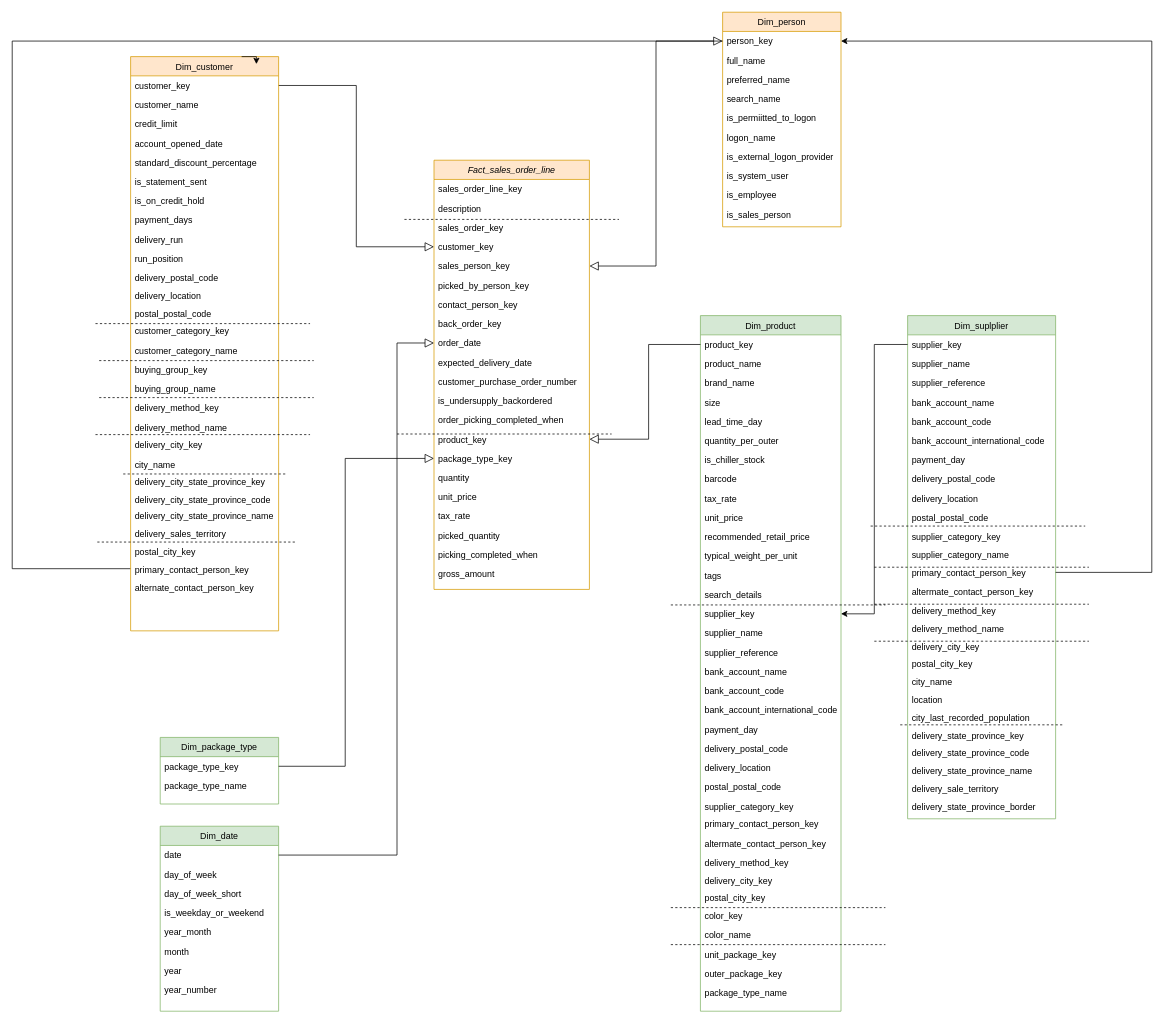
This is Untitled Diagram.drawio from DucTran3110/data_warehouse_course, a draw.io file, before an edit. Source tidied: cells renumbered, new cells numbered last; positions are measured from the earlier drawing's top-left corner, leaving out a move shared by most shapes. Both pictures are drawn from the tidied source at 74%, with x=0, y=0 at pixel (12, 12).
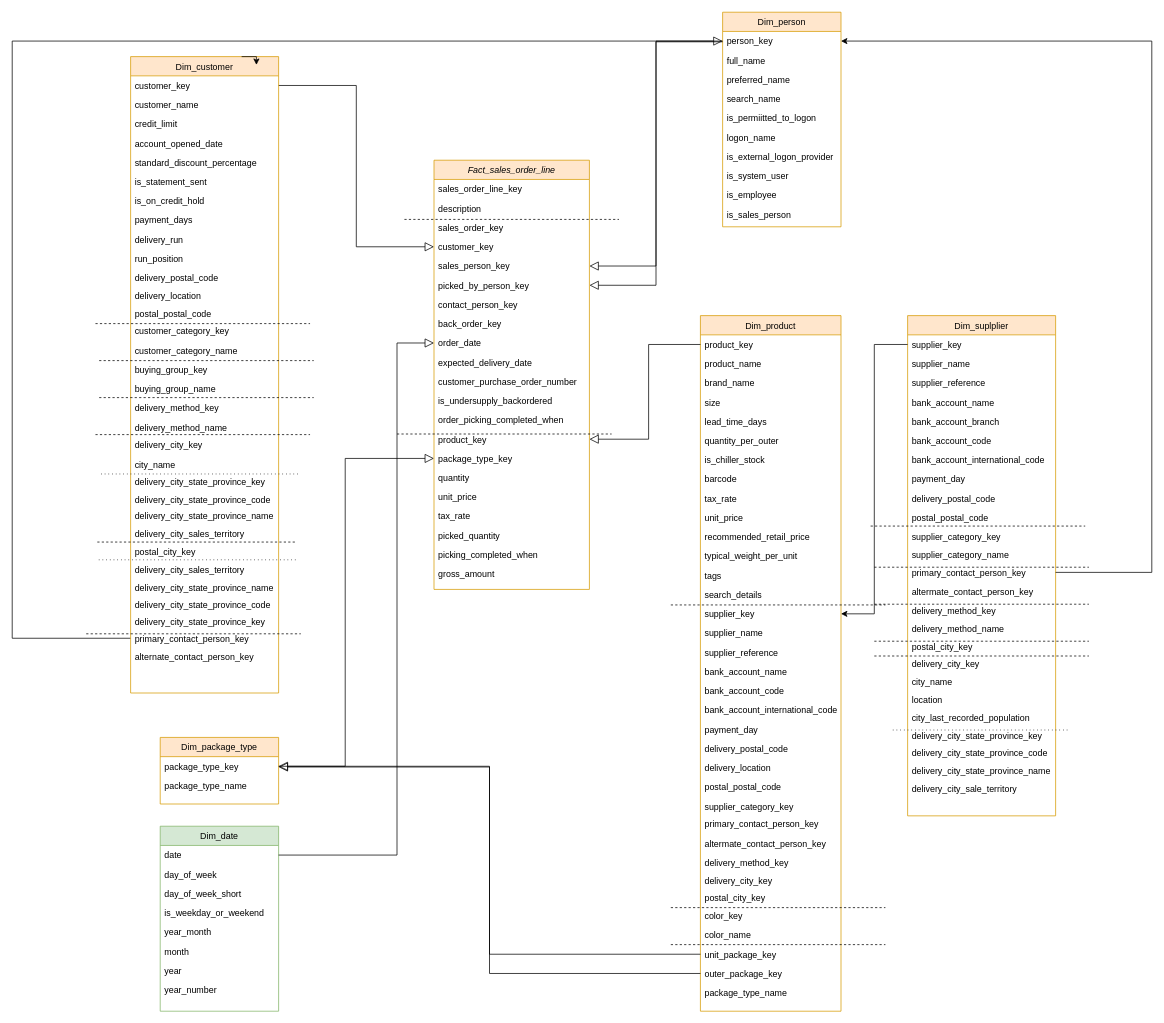
The same page after the edit.

The change refers to these unchanged cells:
```xml
<mxCell id="7" value="sales_person_key" style="text;align=left;verticalAlign=top;spacingLeft=4;spacingRight=4;overflow=hidden;points=[[0,0.5],[1,0.5]];portConstraint=eastwest;rounded=0;shadow=0;html=0;" parent="2" vertex="1">
  <mxGeometry y="130" width="210" height="26" as="geometry" />
</mxCell>
<mxCell id="8" value="picked_by_person_key" style="text;align=left;verticalAlign=top;spacingLeft=4;spacingRight=4;overflow=hidden;points=[[0,0.5],[1,0.5]];portConstraint=eastwest;rounded=0;shadow=0;html=0;" parent="2" vertex="1">
  <mxGeometry y="156" width="210" height="26" as="geometry" />
</mxCell>
<mxCell id="26" value="person_key" style="text;align=left;verticalAlign=top;spacingLeft=4;spacingRight=4;overflow=hidden;points=[[0,0.5],[1,0.5]];portConstraint=eastwest;" parent="25" vertex="1">
  <mxGeometry y="26" width="160" height="26" as="geometry" />
</mxCell>
<mxCell id="70" value="unit_package_key" style="text;align=left;verticalAlign=top;spacingLeft=4;spacingRight=4;overflow=hidden;points=[[0,0.5],[1,0.5]];portConstraint=eastwest;" parent="37" vertex="1">
  <mxGeometry y="850" width="190" height="26" as="geometry" />
</mxCell>
<mxCell id="71" value="outer_package_key" style="text;align=left;verticalAlign=top;spacingLeft=4;spacingRight=4;overflow=hidden;points=[[0,0.5],[1,0.5]];portConstraint=eastwest;" parent="37" vertex="1">
  <mxGeometry y="876" width="190" height="26" as="geometry" />
</mxCell>
<mxCell id="114" value="package_type_key" style="text;align=left;verticalAlign=top;spacingLeft=4;spacingRight=4;overflow=hidden;points=[[0,0.5],[1,0.5]];portConstraint=eastwest;" parent="113" vertex="1">
  <mxGeometry y="26" width="160" height="26" as="geometry" />
</mxCell>
```

Diff of the diagram source:
```diff
@@
-    <mxCell id="36" style="endArrow=block;endSize=10;endFill=0;shadow=0;strokeWidth=1;rounded=0;edgeStyle=elbowEdgeStyle;entryX=1;entryY=0.5;entryDx=0;entryDy=0;exitX=0;exitY=0.5;exitDx=0;exitDy=0;" parent="1" edge="1" source="26" target="7">
-      <mxGeometry relative="1" as="geometry" />
-    </mxCell>
-    <mxCell id="37" value="Dim_product" style="swimlane;fontStyle=0;align=center;verticalAlign=top;horizontal=1;startSize=26;rounded=0;shadow=0;strokeWidth=1;glass=0;sketch=0;fillColor=#d5e8d4;strokeColor=#82b366;" parent="1" vertex="1">
+    <mxCell id="37" value="Dim_product" style="swimlane;fontStyle=0;align=center;verticalAlign=top;horizontal=1;startSize=26;rounded=0;shadow=0;strokeWidth=1;glass=0;sketch=0;fillColor=#ffe6cc;strokeColor=#d79b00;" parent="1" vertex="1">
       <mxGeometry x="930" y="410" width="190" height="940" as="geometry" />
     </mxCell>
@@
-    <mxCell id="42" value="lead_time_day" style="text;align=left;verticalAlign=top;spacingLeft=4;spacingRight=4;overflow=hidden;" parent="37" vertex="1">
+    <mxCell id="42" value="lead_time_days" style="text;align=left;verticalAlign=top;spacingLeft=4;spacingRight=4;overflow=hidden;" parent="37" vertex="1">
       <mxGeometry y="130" width="190" height="26" as="geometry" />
     </mxCell>
@@
-    <mxCell id="74" value="Dim_suplplier" style="swimlane;fontStyle=0;align=center;verticalAlign=top;horizontal=1;startSize=26;rounded=0;shadow=0;strokeWidth=1;fillColor=#d5e8d4;strokeColor=#82b366;" parent="1" vertex="1">
-      <mxGeometry x="1210" y="410" width="200" height="680" as="geometry" />
+    <mxCell id="74" value="Dim_suplplier" style="swimlane;fontStyle=0;align=center;verticalAlign=top;horizontal=1;startSize=26;rounded=0;shadow=0;strokeWidth=1;fillColor=#ffe6cc;strokeColor=#d79b00;" parent="1" vertex="1">
+      <mxGeometry x="1210" y="410" width="200" height="676" as="geometry" />
     </mxCell>
@@
+    <mxCell id="165" value="bank_account_branch" style="text;align=left;verticalAlign=top;spacingLeft=4;spacingRight=4;overflow=hidden;" parent="74" vertex="1">
+      <mxGeometry y="130" width="200" height="26" as="geometry" />
+    </mxCell>
     <mxCell id="79" value="bank_account_code" style="text;align=left;verticalAlign=top;spacingLeft=4;spacingRight=4;overflow=hidden;" parent="74" vertex="1">
-      <mxGeometry y="130" width="200" height="26" as="geometry" />
+      <mxGeometry y="156" width="200" height="26" as="geometry" />
     </mxCell>
     <mxCell id="80" value="bank_account_international_code" style="text;align=left;verticalAlign=top;spacingLeft=4;spacingRight=4;overflow=hidden;" parent="74" vertex="1">
-      <mxGeometry y="156" width="200" height="26" as="geometry" />
+      <mxGeometry y="182" width="200" height="26" as="geometry" />
     </mxCell>
     <mxCell id="81" value="payment_day" style="text;align=left;verticalAlign=top;spacingLeft=4;spacingRight=4;overflow=hidden;" parent="74" vertex="1">
-      <mxGeometry y="182" width="200" height="26" as="geometry" />
+      <mxGeometry y="208" width="200" height="26" as="geometry" />
     </mxCell>
     <mxCell id="82" value="delivery_postal_code" style="text;align=left;verticalAlign=top;spacingLeft=4;spacingRight=4;overflow=hidden;" parent="74" vertex="1">
-      <mxGeometry y="208" width="200" height="26" as="geometry" />
+      <mxGeometry y="234" width="200" height="26" as="geometry" />
     </mxCell>
-    <mxCell id="83" value="delivery_location" style="text;align=left;verticalAlign=top;spacingLeft=4;spacingRight=4;overflow=hidden;" parent="74" vertex="1">
-      <mxGeometry y="234" width="200" height="26" as="geometry" />
-    </mxCell>
@@
+    <mxCell id="92" value="postal_city_key" style="text;align=left;verticalAlign=top;spacingLeft=4;spacingRight=4;overflow=hidden;" parent="74" vertex="1">
+      <mxGeometry y="434" width="200" height="24" as="geometry" />
+    </mxCell>
     <mxCell id="91" value="delivery_city_key" style="text;align=left;verticalAlign=top;spacingLeft=4;spacingRight=4;overflow=hidden;" parent="74" vertex="1">
-      <mxGeometry y="434" width="200" height="24" as="geometry" />
+      <mxGeometry y="458" width="200" height="24" as="geometry" />
     </mxCell>
-    <mxCell id="92" value="postal_city_key" style="text;align=left;verticalAlign=top;spacingLeft=4;spacingRight=4;overflow=hidden;" parent="74" vertex="1">
-      <mxGeometry y="458" width="200" height="24" as="geometry" />
-    </mxCell>
@@
+    <mxCell id="96" style="endArrow=none;dashed=1;html=1;rounded=0;dashPattern=1 4;" parent="74" edge="1">
+      <mxGeometry relative="1" as="geometry">
+        <mxPoint x="-20" y="560" as="sourcePoint" />
+        <mxPoint x="220" y="560" as="targetPoint" />
+      </mxGeometry>
+    </mxCell>
@@
-    <mxCell id="96" style="endArrow=none;dashed=1;html=1;rounded=0;" parent="74" edge="1">
-      <mxGeometry relative="1" as="geometry">
-        <mxPoint x="-10" y="553" as="sourcePoint" />
-        <mxPoint x="210" y="553" as="targetPoint" />
-      </mxGeometry>
-    </mxCell>
-    <mxCell id="97" value="delivery_state_province_key" style="text;align=left;verticalAlign=top;spacingLeft=4;spacingRight=4;overflow=hidden;" parent="74" vertex="1">
+    <mxCell id="97" value="delivery_city_state_province_key" style="text;align=left;verticalAlign=top;spacingLeft=4;spacingRight=4;overflow=hidden;" parent="74" vertex="1">
       <mxGeometry y="554" width="200" height="24" as="geometry" />
     </mxCell>
-    <mxCell id="98" value="delivery_state_province_code" style="text;align=left;verticalAlign=top;spacingLeft=4;spacingRight=4;overflow=hidden;" parent="74" vertex="1">
+    <mxCell id="98" value="delivery_city_state_province_code" style="text;align=left;verticalAlign=top;spacingLeft=4;spacingRight=4;overflow=hidden;" parent="74" vertex="1">
       <mxGeometry y="578" width="200" height="24" as="geometry" />
     </mxCell>
-    <mxCell id="99" value="delivery_state_province_name" style="text;align=left;verticalAlign=top;spacingLeft=4;spacingRight=4;overflow=hidden;" parent="74" vertex="1">
+    <mxCell id="99" value="delivery_city_state_province_name" style="text;align=left;verticalAlign=top;spacingLeft=4;spacingRight=4;overflow=hidden;" parent="74" vertex="1">
       <mxGeometry y="602" width="200" height="24" as="geometry" />
     </mxCell>
-    <mxCell id="100" value="delivery_sale_territory" style="text;align=left;verticalAlign=top;spacingLeft=4;spacingRight=4;overflow=hidden;" parent="74" vertex="1">
+    <mxCell id="100" value="delivery_city_sale_territory" style="text;align=left;verticalAlign=top;spacingLeft=4;spacingRight=4;overflow=hidden;" parent="74" vertex="1">
       <mxGeometry y="626" width="200" height="24" as="geometry" />
     </mxCell>
-    <mxCell id="101" value="delivery_state_province_border" style="text;align=left;verticalAlign=top;spacingLeft=4;spacingRight=4;overflow=hidden;" parent="74" vertex="1">
-      <mxGeometry y="650" width="200" height="24" as="geometry" />
-    </mxCell>
@@
-    <mxCell id="113" value="Dim_package_type" style="swimlane;fontStyle=0;align=center;verticalAlign=top;horizontal=1;startSize=26;rounded=0;shadow=0;strokeWidth=1;fillColor=#d5e8d4;strokeColor=#82b366;" parent="1" vertex="1">
+    <mxCell id="113" value="Dim_package_type" style="swimlane;fontStyle=0;align=center;verticalAlign=top;horizontal=1;startSize=26;rounded=0;shadow=0;strokeWidth=1;fillColor=#ffe6cc;strokeColor=#d79b00;" parent="1" vertex="1">
       <mxGeometry x="200" y="980" width="160" height="90" as="geometry" />
     </mxCell>
@@
     <mxCell id="128" value="Dim_customer" style="swimlane;fontStyle=0;align=center;verticalAlign=top;horizontal=1;startSize=26;rounded=0;shadow=0;strokeWidth=1;fillColor=#ffe6cc;strokeColor=#d79b00;" parent="1" vertex="1">
-      <mxGeometry x="160" y="60" width="200" height="776" as="geometry" />
+      <mxGeometry x="160" y="60" width="200" height="860" as="geometry" />
     </mxCell>
@@
-    <mxCell id="154" style="endArrow=none;dashed=1;html=1;rounded=0;" parent="128" edge="1">
+    <mxCell id="154" style="endArrow=none;dashed=1;html=1;rounded=0;dashPattern=1 4;" parent="128" edge="1">
       <mxGeometry relative="1" as="geometry">
-        <mxPoint x="-10" y="564" as="sourcePoint" />
-        <mxPoint x="210" y="564" as="targetPoint" />
+        <mxPoint x="-40" y="564" as="sourcePoint" />
+        <mxPoint x="230" y="564" as="targetPoint" />
       </mxGeometry>
     </mxCell>
@@
-    <mxCell id="158" value="delivery_sales_territory" style="text;align=left;verticalAlign=top;spacingLeft=4;spacingRight=4;overflow=hidden;" parent="128" vertex="1">
+    <mxCell id="158" value="delivery_city_sales_territory" style="text;align=left;verticalAlign=top;spacingLeft=4;spacingRight=4;overflow=hidden;" parent="128" vertex="1">
       <mxGeometry y="632" width="200" height="24" as="geometry" />
     </mxCell>
@@
+    <mxCell id="166" style="endArrow=none;dashed=1;html=1;rounded=0;dashPattern=1 4;" parent="128" edge="1">
+      <mxGeometry relative="1" as="geometry">
+        <mxPoint x="-43" y="680" as="sourcePoint" />
+        <mxPoint x="227" y="680" as="targetPoint" />
+      </mxGeometry>
+    </mxCell>
+    <mxCell id="167" value="delivery_city_sales_territory" style="text;align=left;verticalAlign=top;spacingLeft=4;spacingRight=4;overflow=hidden;" parent="128" vertex="1">
+      <mxGeometry y="680" width="200" height="24" as="geometry" />
+    </mxCell>
+    <mxCell id="168" value="delivery_city_state_province_name" style="text;align=left;verticalAlign=top;spacingLeft=4;spacingRight=4;overflow=hidden;" parent="128" vertex="1">
+      <mxGeometry y="704" width="200" height="24" as="geometry" />
+    </mxCell>
+    <mxCell id="169" value="delivery_city_state_province_code" style="text;align=left;verticalAlign=top;spacingLeft=4;spacingRight=4;overflow=hidden;" parent="128" vertex="1">
+      <mxGeometry y="728" width="200" height="22" as="geometry" />
+    </mxCell>
+    <mxCell id="170" value="delivery_city_state_province_key" style="text;align=left;verticalAlign=top;spacingLeft=4;spacingRight=4;overflow=hidden;" parent="128" vertex="1">
+      <mxGeometry y="750" width="200" height="24" as="geometry" />
+    </mxCell>
     <mxCell id="160" value="primary_contact_person_key" style="text;align=left;verticalAlign=top;spacingLeft=4;spacingRight=4;overflow=hidden;points=[[0,0.5],[1,0.5]];portConstraint=eastwest;" parent="128" vertex="1">
-      <mxGeometry y="680" width="200" height="24" as="geometry" />
+      <mxGeometry y="774" width="200" height="24" as="geometry" />
     </mxCell>
     <mxCell id="161" value="alternate_contact_person_key" style="text;align=left;verticalAlign=top;spacingLeft=4;spacingRight=4;overflow=hidden;" parent="128" vertex="1">
-      <mxGeometry y="704" width="200" height="24" as="geometry" />
+      <mxGeometry y="798" width="200" height="24" as="geometry" />
     </mxCell>
     <mxCell id="162" value=" " style="text;align=left;verticalAlign=top;spacingLeft=4;spacingRight=4;overflow=hidden;" parent="128" vertex="1">
-      <mxGeometry y="728" width="200" height="24" as="geometry" />
+      <mxGeometry y="822" width="200" height="24" as="geometry" />
     </mxCell>
@@
+    <mxCell id="171" style="group;" parent="1" vertex="1">
+      <mxGeometry x="960" y="40" as="geometry" />
+    </mxCell>
+    <mxCell id="36" style="endArrow=block;endSize=10;endFill=0;shadow=0;strokeWidth=1;rounded=0;edgeStyle=elbowEdgeStyle;entryX=1;entryY=0.5;entryDx=0;entryDy=0;exitX=0;exitY=0.5;exitDx=0;exitDy=0;" parent="171" edge="1" source="26" target="7">
+      <mxGeometry relative="1" as="geometry" />
+    </mxCell>
+    <mxCell id="172" style="endArrow=block;endSize=10;endFill=0;shadow=0;strokeWidth=1;rounded=0;edgeStyle=elbowEdgeStyle;entryX=1;entryY=0.5;entryDx=0;entryDy=0;" parent="171" edge="1" target="8">
+      <mxGeometry relative="1" as="geometry">
+        <mxPoint as="sourcePoint" />
+      </mxGeometry>
+    </mxCell>
+    <mxCell id="173" style="endArrow=none;dashed=1;html=1;rounded=0;" parent="1" edge="1">
+      <mxGeometry relative="1" as="geometry">
+        <mxPoint x="1165" y="870" as="sourcePoint" />
+        <mxPoint x="1455" y="870" as="targetPoint" />
+      </mxGeometry>
+    </mxCell>
+    <mxCell id="174" style="endArrow=none;dashed=1;html=1;rounded=0;" parent="1" edge="1">
+      <mxGeometry relative="1" as="geometry">
+        <mxPoint x="100" y="840" as="sourcePoint" />
+        <mxPoint x="390" y="840" as="targetPoint" />
+      </mxGeometry>
+    </mxCell>
+    <mxCell id="175" style="endArrow=block;endSize=10;endFill=0;shadow=0;strokeWidth=1;rounded=0;edgeStyle=elbowEdgeStyle;entryX=1;entryY=0.5;entryDx=0;entryDy=0;exitX=0;exitY=0.5;exitDx=0;exitDy=0;" parent="1" edge="1" source="70" target="114">
+      <mxGeometry relative="1" as="geometry" />
+    </mxCell>
+    <mxCell id="176" style="endArrow=block;endSize=10;endFill=0;shadow=0;strokeWidth=1;rounded=0;edgeStyle=elbowEdgeStyle;entryX=1;entryY=0.5;entryDx=0;entryDy=0;exitX=0;exitY=0.5;exitDx=0;exitDy=0;" parent="1" edge="1" source="71">
+      <mxGeometry relative="1" as="geometry">
+        <mxPoint x="360" y="1020" as="targetPoint" />
+      </mxGeometry>
+    </mxCell>
```
